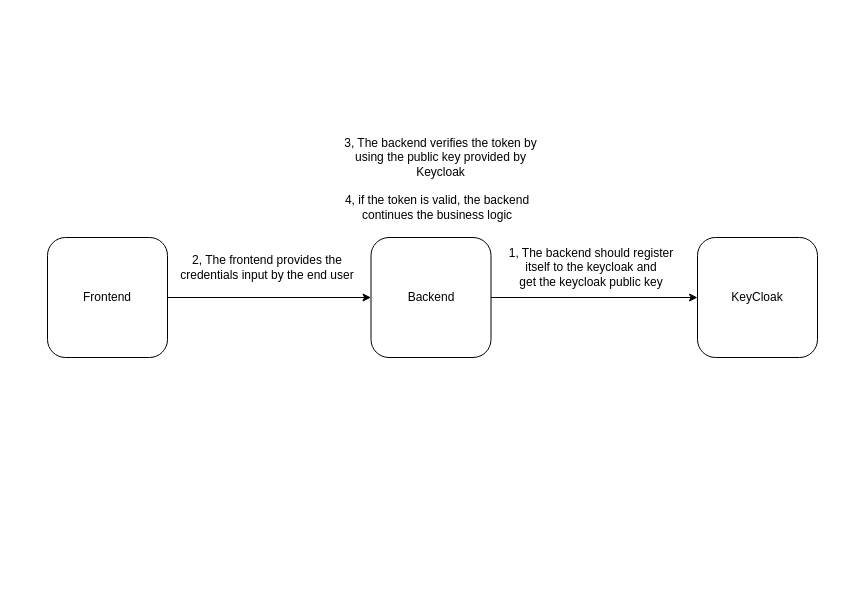
Lizwhite8/SimpleTicketFlashSaleFullStack keeps this draw.io diagram as FlowChart/KeyCloakOAuth.drawio. Above is the earlier version. Source tidied: cells renumbered, new cells numbered last; positions are measured from the earlier drawing's top-left corner, leaving out a move shared by most shapes. Both pictures are drawn from the tidied source at 100%, with x=0, y=0 at pixel (17, 17).
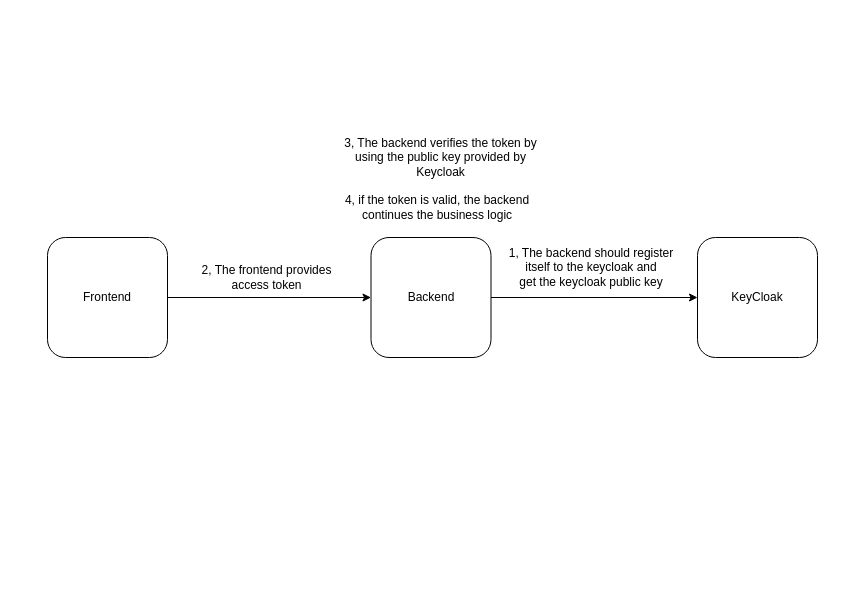
The same diagram, later.

The edit, as a diff of the source:
```diff
@@
 <mxGraphModel>
   <root>
     <mxCell id="0" />
     <mxCell id="1" parent="0" />
     <mxCell id="2" style="rounded=0;whiteSpace=wrap;html=1;strokeColor=none;" parent="1" vertex="1">
       <mxGeometry width="820" height="560" as="geometry" />
     </mxCell>
     <mxCell id="3" value="KeyCloak" style="rounded=1;whiteSpace=wrap;html=1;fontSize=12;glass=0;strokeWidth=1;shadow=0;" parent="1" vertex="1">
       <mxGeometry x="680" y="220" width="120" height="120" as="geometry" />
     </mxCell>
     <mxCell id="4" value="Yes" style="rounded=0;html=1;jettySize=auto;orthogonalLoop=1;fontSize=11;endArrow=block;endFill=0;endSize=8;strokeWidth=1;shadow=0;labelBackgroundColor=none;edgeStyle=orthogonalEdgeStyle;" parent="1" edge="1">
       <mxGeometry y="20" relative="1" as="geometry">
         <mxPoint x="220" y="250" as="sourcePoint" />
       </mxGeometry>
     </mxCell>
     <mxCell id="5" value="No" style="edgeStyle=orthogonalEdgeStyle;rounded=0;html=1;jettySize=auto;orthogonalLoop=1;fontSize=11;endArrow=block;endFill=0;endSize=8;strokeWidth=1;shadow=0;labelBackgroundColor=none;" parent="1" edge="1">
       <mxGeometry y="10" relative="1" as="geometry">
         <mxPoint x="270" y="210" as="sourcePoint" />
       </mxGeometry>
     </mxCell>
     <mxCell id="6" value="Yes" style="edgeStyle=orthogonalEdgeStyle;rounded=0;html=1;jettySize=auto;orthogonalLoop=1;fontSize=11;endArrow=block;endFill=0;endSize=8;strokeWidth=1;shadow=0;labelBackgroundColor=none;" parent="1" edge="1">
       <mxGeometry y="10" relative="1" as="geometry">
         <mxPoint x="320" y="330" as="targetPoint" />
       </mxGeometry>
     </mxCell>
     <mxCell id="7" style="edgeStyle=orthogonalEdgeStyle;rounded=0;jettySize=auto;html=1;exitX=1;exitY=0.5;exitDx=0;exitDy=0;entryX=0;entryY=0.5;entryDx=0;entryDy=0;startArrow=none;startFill=0;" parent="1" edge="1" source="8" target="10">
       <mxGeometry relative="1" as="geometry" />
     </mxCell>
     <mxCell id="8" value="Frontend" style="rounded=1;whiteSpace=wrap;html=1;fontSize=12;glass=0;strokeWidth=1;shadow=0;" parent="1" vertex="1">
       <mxGeometry x="30" y="220" width="120" height="120" as="geometry" />
     </mxCell>
     <mxCell id="9" style="edgeStyle=orthogonalEdgeStyle;rounded=0;jettySize=auto;html=1;exitX=1;exitY=0.5;exitDx=0;exitDy=0;entryX=0;entryY=0.5;entryDx=0;entryDy=0;startArrow=none;startFill=0;endArrow=classic;endFill=1;" parent="1" edge="1" source="10" target="3">
       <mxGeometry relative="1" as="geometry" />
     </mxCell>
     <mxCell id="10" value="Backend" style="rounded=1;whiteSpace=wrap;html=1;fontSize=12;glass=0;strokeWidth=1;shadow=0;" parent="1" vertex="1">
       <mxGeometry x="353.5" y="220" width="120" height="120" as="geometry" />
     </mxCell>
     <mxCell id="11" value="1, The backend should register &lt;br&gt;itself to the keycloak and &lt;br&gt;get the keycloak public key" style="text;html=1;align=center;verticalAlign=middle;whiteSpace=wrap;rounded=0;" parent="1" vertex="1">
       <mxGeometry x="458.5" y="230" width="230" height="40" as="geometry" />
     </mxCell>
-    <mxCell id="12" value="2, The frontend provides the credentials input by the end user" style="text;html=1;align=center;verticalAlign=middle;whiteSpace=wrap;rounded=0;" parent="1" vertex="1">
-      <mxGeometry x="160.9" y="220" width="178.2" height="60" as="geometry" />
+    <mxCell id="12" value="2, The frontend provides access token" style="text;html=1;align=center;verticalAlign=middle;whiteSpace=wrap;rounded=0;" parent="1" vertex="1">
+      <mxGeometry x="170" y="230" width="159.1" height="60" as="geometry" />
     </mxCell>
     <mxCell id="13" value="4, if the token is valid, the backend continues the business logic" style="text;html=1;align=center;verticalAlign=middle;whiteSpace=wrap;rounded=0;" parent="1" vertex="1">
       <mxGeometry x="320" y="160" width="200" height="60" as="geometry" />
     </mxCell>
     <mxCell id="14" value="3, The backend verifies the token by using the public key provided by Keycloak" style="text;html=1;align=center;verticalAlign=middle;whiteSpace=wrap;rounded=0;" parent="1" vertex="1">
       <mxGeometry x="320" y="110" width="206.5" height="60" as="geometry" />
     </mxCell>
   </root>
 </mxGraphModel>
```
